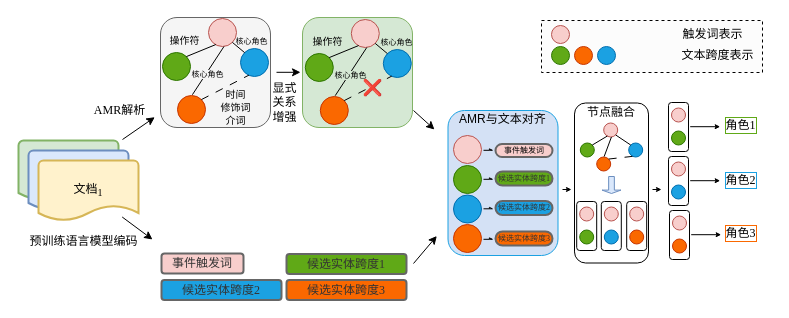
The draw.io diagram work2/AMR-ERGP-model-中文版.drawio in crawlerWPS/drawing, before the edit. Source tidied: cells renumbered, new cells numbered last; positions are measured from the earlier drawing's top-left corner, leaving out a move shared by most shapes. Both pictures are drawn from the tidied source at 100%, with x=0, y=0 at pixel (18, 17).
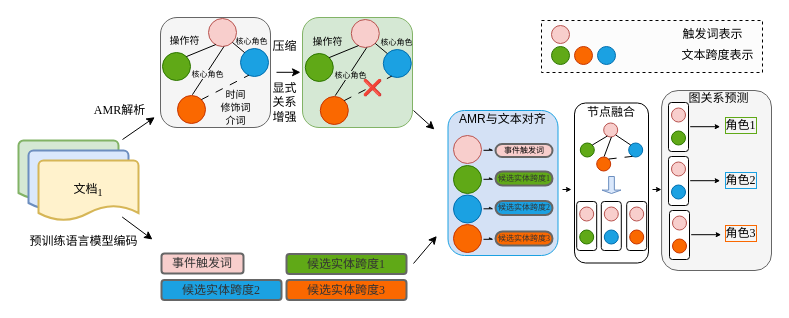
Above is the later version.

Commit message:
更新AMR-ERGP-model-中文版.drawio

The edit, as a diff of the source:
```diff
@@
+    <mxCell id="104" style="rounded=1;whiteSpace=wrap;html=1;fillColor=#f5f5f5;fontColor=#333333;strokeColor=#666666;" parent="1" vertex="1">
+      <mxGeometry x="643.1" y="73" width="109.9" height="180" as="geometry" />
+    </mxCell>
@@
+    <mxCell id="105" value="&lt;font face=&quot;宋体-简&quot;&gt;图关系预测&lt;/font&gt;" style="text;html=1;align=center;verticalAlign=middle;strokeColor=none;fillColor=none;" parent="1" vertex="1">
+      <mxGeometry x="660" y="66" width="80" height="30" as="geometry" />
+    </mxCell>
+    <mxCell id="106" value="&lt;font face=&quot;宋体-简&quot;&gt;压缩&lt;/font&gt;" style="text;html=1;align=center;verticalAlign=middle;strokeColor=none;fillColor=none;" parent="1" vertex="1">
+      <mxGeometry x="240.8" y="14" width="50" height="30" as="geometry" />
+    </mxCell>
```
